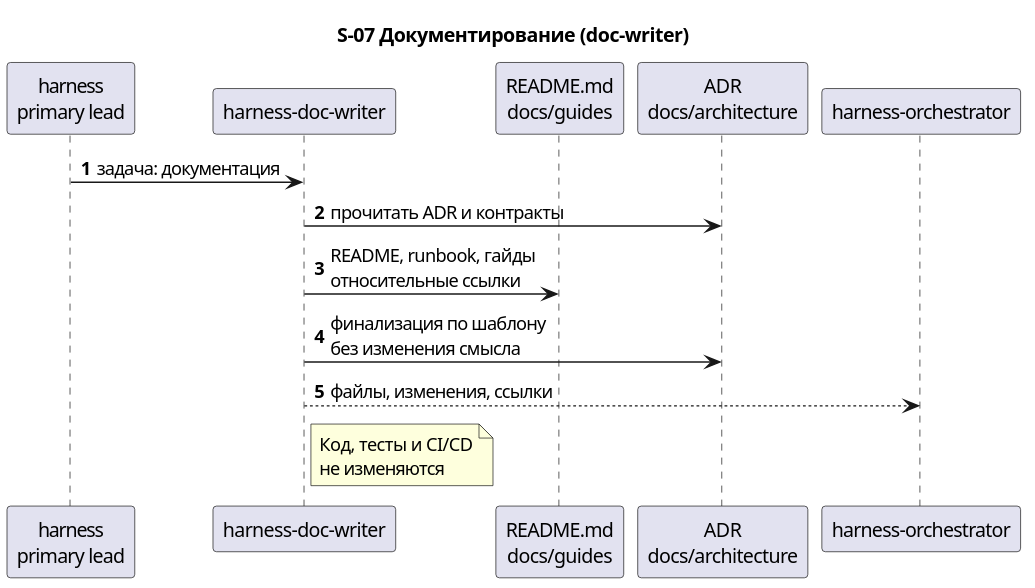
The PlantUML diagram docs/description/diagrams/seq-07-doc-writer.svg in serge-sasov/harness, before a commit. The source it was exported from:
```plantuml
@startuml
autonumber
skinparam defaultFontName Segoe UI
title S-07 Документирование (doc-writer)

participant "harness\nprimary lead" as primary
participant "harness-doc-writer" as writer
participant "README.md\ndocs/guides" as guides
participant "ADR\ndocs/architecture" as adr
participant "harness-orchestrator" as orch

primary -> writer : задача: документация
writer -> adr : прочитать ADR и контракты
writer -> guides : README, runbook, гайды\nотносительные ссылки
writer -> adr : финализация по шаблону\nбез изменения смысла
writer --> orch : файлы, изменения, ссылки
note right of writer
  Код, тесты и CI/CD
  не изменяются
end note
@enduml
```
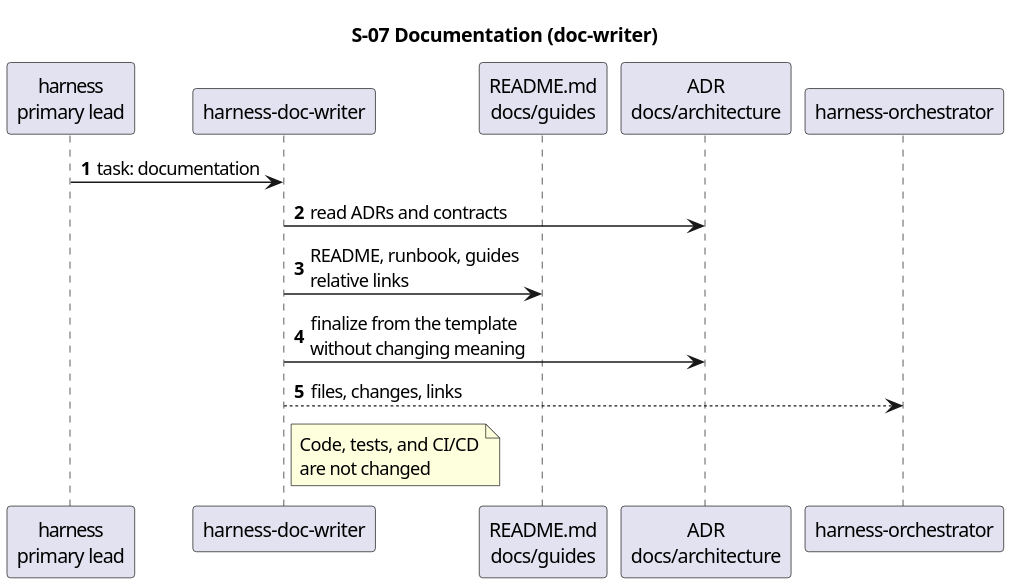
The same diagram one commit later.

The edit, as a diff of the source:
```diff
@@ -1,7 +1,7 @@
 @startuml
 autonumber
 skinparam defaultFontName Segoe UI
-title S-07 Документирование (doc-writer)
+title S-07 Documentation (doc-writer)
 
 participant "harness\nprimary lead" as primary
 participant "harness-doc-writer" as writer
@@ -9,13 +9,13 @@
 participant "ADR\ndocs/architecture" as adr
 participant "harness-orchestrator" as orch
 
-primary -> writer : задача: документация
-writer -> adr : прочитать ADR и контракты
-writer -> guides : README, runbook, гайды\nотносительные ссылки
-writer -> adr : финализация по шаблону\nбез изменения смысла
-writer --> orch : файлы, изменения, ссылки
+primary -> writer : task: documentation
+writer -> adr : read ADRs and contracts
+writer -> guides : README, runbook, guides\nrelative links
+writer -> adr : finalize from the template\nwithout changing meaning
+writer --> orch : files, changes, links
 note right of writer
-  Код, тесты и CI/CD
-  не изменяются
+  Code, tests, and CI/CD
+  are not changed
 end note
 @enduml
```
